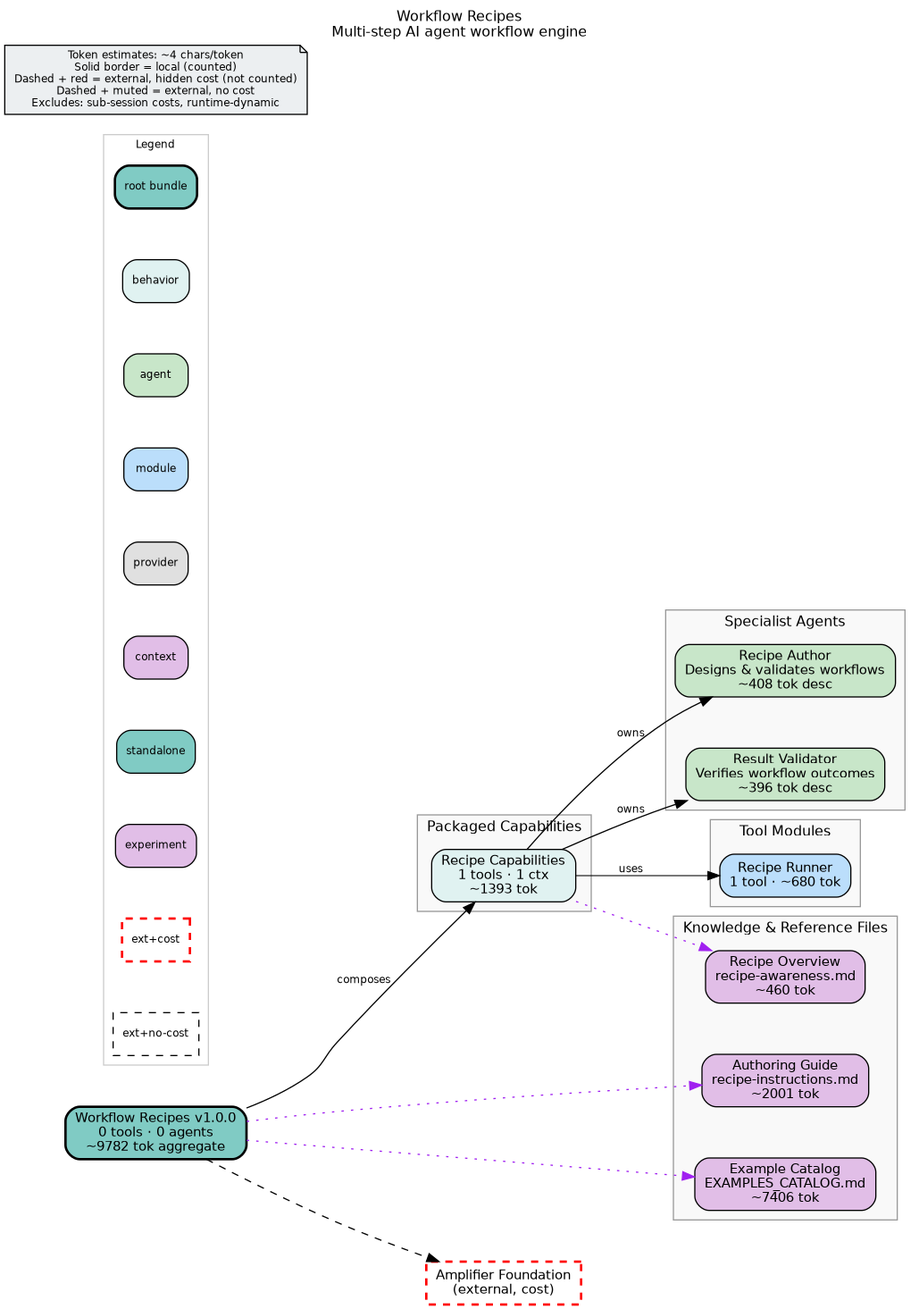
Before: bundle.png, a diagram exported from Graphviz (microsoft/amplifier-bundle-recipes). Its source is kept beside it as bundle.dot.
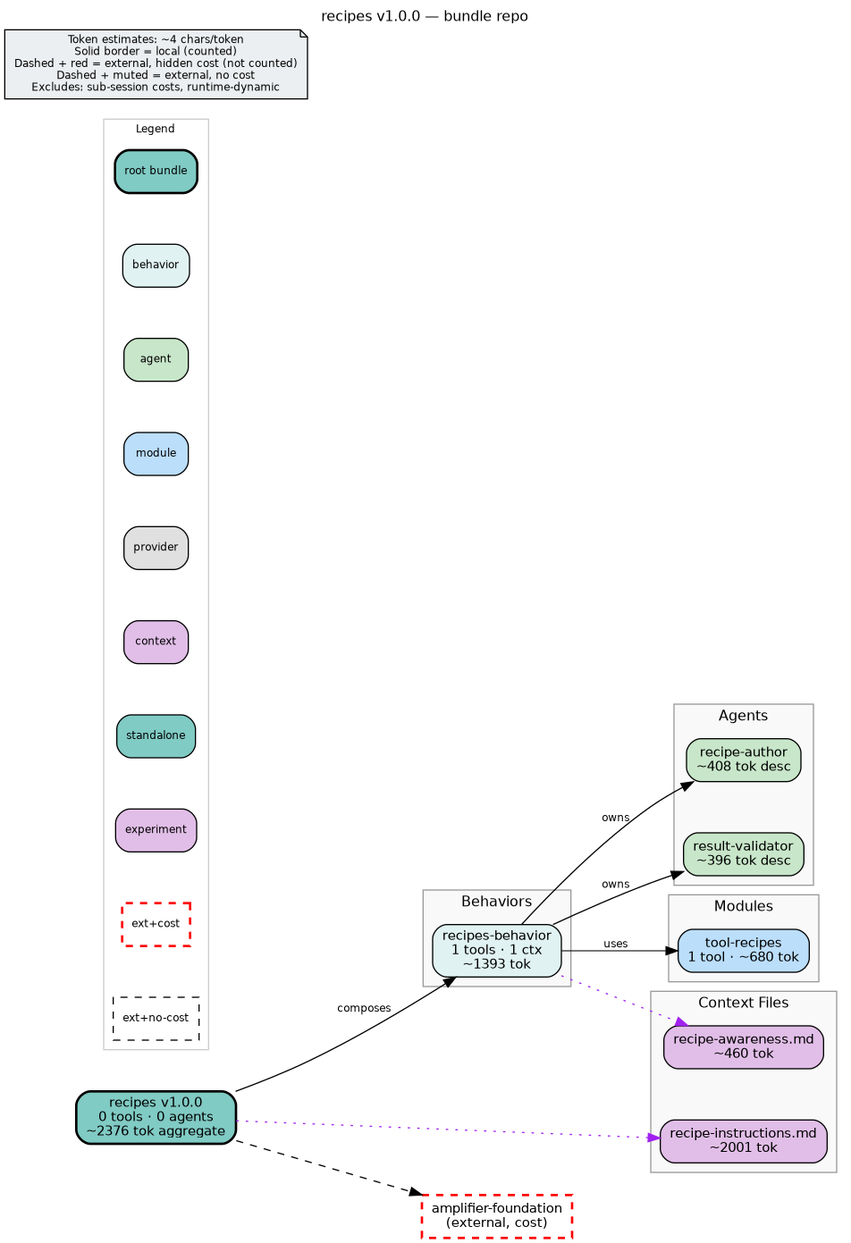
The same file after the commit.

Commit message:
fix: remove eager @mention of EXAMPLES_CATALOG.md from root bundle

Change to the diagram source:
```diff
@@ -2,56 +2,55 @@
     rankdir=LR
     fontname="Helvetica"
     fontsize=12
-    label="Workflow Recipes\nMulti-step AI agent workflow engine"
+    label="recipes v1.0.0 — bundle repo"
     labelloc=t
     labeljust=c
     nodesep=0.6
     ranksep=0.7
     bgcolor="white"
-    source_hash="1001cef0b5e839fdcec3115977919c56c78e3d6772335caf78e4b9cd785ac1d9"
+    source_hash="d0b0042e56a3979e5aa416bbff50d9242c280208a46589c7863ed01549573a9e"
 
     node [fontname="Helvetica", fontsize=11, style="filled,rounded"]
     edge [fontname="Helvetica", fontsize=9]
 
-    root_recipes [label="Workflow Recipes v1.0.0\n0 tools · 0 agents\n~9782 tok aggregate", shape=box, fillcolor="#80cbc4", style="filled,rounded,bold", penwidth=2]
+    root_recipes [label="recipes v1.0.0\n0 tools · 0 agents\n~2376 tok aggregate", shape=box, fillcolor="#80cbc4", style="filled,rounded,bold", penwidth=2]
 
     subgraph cluster_behaviors {
-        label="Packaged Capabilities"
+        label="Behaviors"
         style="filled"
         fillcolor="#f9f9f9"
         color="#999999"
 
-        beh_recipes_behavior [label="Recipe Capabilities\n1 tools · 1 ctx\n~1393 tok", shape=box, fillcolor="#e0f2f1", style="filled,rounded"]
+        beh_recipes_behavior [label="recipes-behavior\n1 tools · 1 ctx\n~1393 tok", shape=box, fillcolor="#e0f2f1", style="filled,rounded"]
     }
 
     subgraph cluster_agents {
-        label="Specialist Agents"
+        label="Agents"
         style="filled"
         fillcolor="#f9f9f9"
         color="#999999"
 
-        agt_recipe_author [label="Recipe Author\nDesigns & validates workflows\n~408 tok desc", shape=box, fillcolor="#c8e6c9", style="filled,rounded"]
-        agt_result_validator [label="Result Validator\nVerifies workflow outcomes\n~396 tok desc", shape=box, fillcolor="#c8e6c9", style="filled,rounded"]
+        agt_recipe_author [label="recipe-author\n~408 tok desc", shape=box, fillcolor="#c8e6c9", style="filled,rounded"]
+        agt_result_validator [label="result-validator\n~396 tok desc", shape=box, fillcolor="#c8e6c9", style="filled,rounded"]
     }
 
     subgraph cluster_modules {
-        label="Tool Modules"
+        label="Modules"
         style="filled"
         fillcolor="#f9f9f9"
         color="#999999"
 
-        mod_tool_recipes [label="Recipe Runner\n1 tool · ~680 tok", shape=box, fillcolor="#bbdefb", style="filled,rounded"]
+        mod_tool_recipes [label="tool-recipes\n1 tool · ~680 tok", shape=box, fillcolor="#bbdefb", style="filled,rounded"]
     }
 
     subgraph cluster_context {
-        label="Knowledge & Reference Files"
+        label="Context Files"
         style="filled"
         fillcolor="#f9f9f9"
         color="#999999"
 
-        ctx_recipe_awareness_md [label="Recipe Overview\nrecipe-awareness.md\n~460 tok", shape=box, fillcolor="#e1bee7", style="filled,rounded"]
-        ctx_recipe_instructions_md [label="Authoring Guide\nrecipe-instructions.md\n~2001 tok", shape=box, fillcolor="#e1bee7", style="filled,rounded"]
-        ctx_EXAMPLES_CATALOG_md [label="Example Catalog\nEXAMPLES_CATALOG.md\n~7406 tok", shape=box, fillcolor="#e1bee7", style="filled,rounded"]
+        ctx_recipe_awareness_md [label="recipe-awareness.md\n~460 tok", shape=box, fillcolor="#e1bee7", style="filled,rounded"]
+        ctx_recipe_instructions_md [label="recipe-instructions.md\n~2001 tok", shape=box, fillcolor="#e1bee7", style="filled,rounded"]
     }
 
     subgraph cluster_legend {
@@ -75,7 +74,7 @@
 
     disclaimer [label="Token estimates: ~4 chars/token\nSolid border = local (counted)\nDashed + red = external, hidden cost (not counted)\nDashed + muted = external, no cost\nExcludes: sub-session costs, runtime-dynamic", shape=note, fillcolor="#eceff1", style="filled", fontsize=9]
 
-    ext_githttps___github_com_microsoft_amplifier_foundation_main [label="Amplifier Foundation\n(external, cost)", shape=box, fillcolor="#80cbc4", style="dashed", color="red", penwidth=2]
+    ext_githttps___github_com_microsoft_amplifier_foundation_main [label="amplifier-foundation\n(external, cost)", shape=box, fillcolor="#80cbc4", style="dashed", color="red", penwidth=2]
 
     root_recipes -> ext_githttps___github_com_microsoft_amplifier_foundation_main [style=dashed]
     root_recipes -> beh_recipes_behavior [label="composes"]
@@ -84,5 +83,4 @@
     beh_recipes_behavior -> mod_tool_recipes [label="uses", penwidth=0.8]
     beh_recipes_behavior -> ctx_recipe_awareness_md [style=dotted, color=purple]
     root_recipes -> ctx_recipe_instructions_md [style=dotted, color=purple]
-    root_recipes -> ctx_EXAMPLES_CATALOG_md [style=dotted, color=purple]
 }
```
